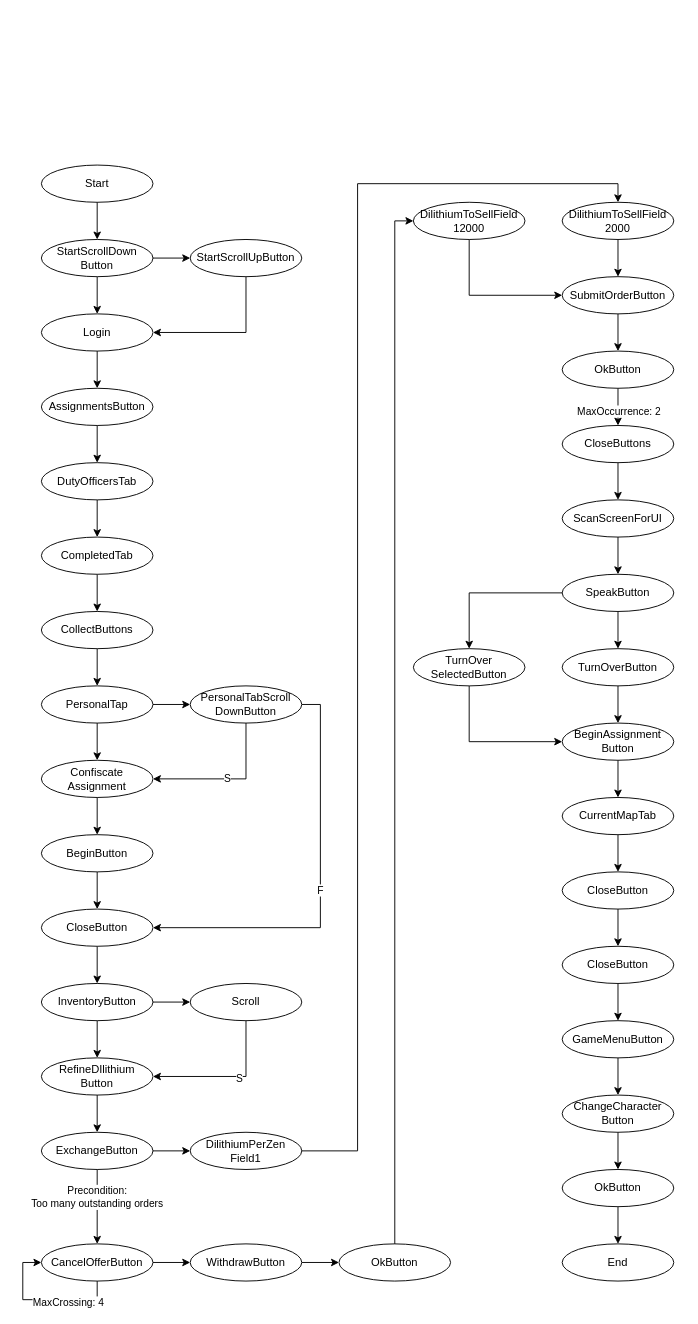
Earlier version of the draw.io diagram AutoFarmer.drawio (Tomaszon/AutoFarmer). Source tidied: cells renumbered, new cells numbered last; positions are measured from the earlier drawing's top-left corner, leaving out a move shared by most shapes. Both pictures are drawn from the tidied source at 93%, with x=0, y=0 at pixel (22, 165).
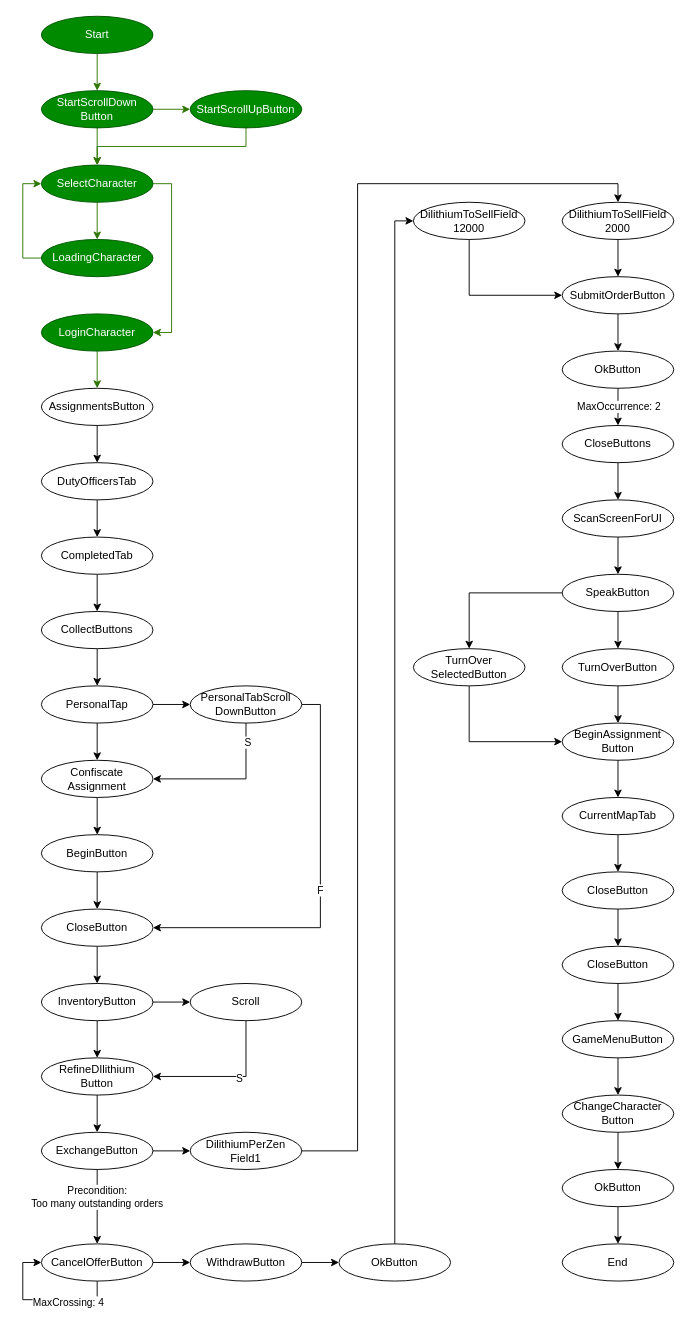
The same diagram, later.

Unchanged cells that the change refers to:
```xml
<mxCell id="6" value="AssignmentsButton" style="ellipse;whiteSpace=wrap;html=1;" parent="1" vertex="1">
  <mxGeometry x="20" y="240" width="120" height="40" as="geometry" />
</mxCell>
<mxCell id="16" value="Confiscate&lt;br&gt;Assignment" style="ellipse;whiteSpace=wrap;html=1;" parent="1" vertex="1">
  <mxGeometry x="20" y="640" width="120" height="40" as="geometry" />
</mxCell>
<mxCell id="45" style="edgeStyle=orthogonalEdgeStyle;rounded=0;jettySize=auto;html=1;" parent="1" edge="1" source="47" target="49">
  <mxGeometry relative="1" as="geometry" />
</mxCell>
<mxCell id="80" value="PersonalTabScroll&lt;br&gt;DownButton" style="ellipse;whiteSpace=wrap;html=1;" parent="1" vertex="1">
  <mxGeometry x="180" y="560" width="120" height="40" as="geometry" />
</mxCell>
```

Diff of the diagram source:
```diff
@@
-    <mxCell id="2" value="Start" style="ellipse;whiteSpace=wrap;html=1;" parent="1" vertex="1">
-      <mxGeometry x="20" width="120" height="40" as="geometry" />
+    <mxCell id="2" value="Start" style="ellipse;whiteSpace=wrap;html=1;fillColor=#008a00;strokeColor=#005700;fontColor=#ffffff;" parent="1" vertex="1">
+      <mxGeometry x="20" y="-160" width="120" height="40" as="geometry" />
     </mxCell>
-    <mxCell id="3" style="edgeStyle=orthogonalEdgeStyle;rounded=0;jettySize=auto;html=1;" parent="1" edge="1" source="4" target="6">
+    <mxCell id="3" style="edgeStyle=orthogonalEdgeStyle;rounded=0;jettySize=auto;html=1;fillColor=#60a917;strokeColor=#2D7600;" parent="1" edge="1" source="4" target="6">
       <mxGeometry relative="1" as="geometry" />
     </mxCell>
-    <mxCell id="4" value="Login" style="ellipse;whiteSpace=wrap;html=1;" parent="1" vertex="1">
+    <mxCell id="4" value="LoginCharacter" style="ellipse;whiteSpace=wrap;html=1;fillColor=#008a00;strokeColor=#005700;fontColor=#ffffff;" parent="1" vertex="1">
       <mxGeometry x="20" y="160" width="120" height="40" as="geometry" />
     </mxCell>
@@
     <mxCell id="46" value="MaxOccurrence: 2" style="edgeLabel;html=1;align=center;verticalAlign=middle;" parent="45" vertex="1">
-      <mxGeometry x="0.2" relative="1" as="geometry" />
+      <mxGeometry x="0.2" relative="1" as="geometry">
+        <mxPoint y="-4.2" as="offset" />
+      </mxGeometry>
     </mxCell>
@@
-    <mxCell id="72" style="edgeStyle=orthogonalEdgeStyle;rounded=0;jettySize=auto;html=1;exitX=0.5;exitY=1;exitDx=0;exitDy=0;entryX=0.5;entryY=0;entryDx=0;entryDy=0;" parent="1" edge="1" source="74" target="4">
-      <mxGeometry relative="1" as="geometry" />
-    </mxCell>
-    <mxCell id="73" style="edgeStyle=orthogonalEdgeStyle;rounded=0;jettySize=auto;html=1;" parent="1" edge="1" source="74" target="76">
+    <mxCell id="73" style="edgeStyle=orthogonalEdgeStyle;rounded=0;jettySize=auto;html=1;fillColor=#60a917;strokeColor=#2D7600;" parent="1" edge="1" source="74" target="76">
       <mxGeometry relative="1" as="geometry" />
     </mxCell>
+    <mxCell id="88" style="edgeStyle=orthogonalEdgeStyle;rounded=0;jettySize=auto;html=1;fillColor=#60a917;strokeColor=#2D7600;" parent="1" edge="1" source="74" target="91">
+      <mxGeometry relative="1" as="geometry">
+        <Array as="points">
+          <mxPoint x="80" y="20" />
+        </Array>
+      </mxGeometry>
+    </mxCell>
-    <mxCell id="74" value="StartScrollDown&lt;br&gt;Button" style="ellipse;whiteSpace=wrap;html=1;" parent="1" vertex="1">
-      <mxGeometry x="20" y="80" width="120" height="40" as="geometry" />
+    <mxCell id="74" value="StartScrollDown&lt;br&gt;Button" style="ellipse;whiteSpace=wrap;html=1;fillColor=#008a00;strokeColor=#005700;fontColor=#ffffff;" parent="1" vertex="1">
+      <mxGeometry x="20" y="-80" width="120" height="40" as="geometry" />
     </mxCell>
-    <mxCell id="75" style="edgeStyle=orthogonalEdgeStyle;rounded=0;jettySize=auto;html=1;exitX=0.5;exitY=1;exitDx=0;exitDy=0;entryX=1;entryY=0.5;entryDx=0;entryDy=0;" parent="1" edge="1" source="76" target="4">
-      <mxGeometry relative="1" as="geometry" />
-    </mxCell>
+    <mxCell id="89" style="edgeStyle=orthogonalEdgeStyle;rounded=0;jettySize=auto;html=1;exitX=0.5;exitY=1;exitDx=0;exitDy=0;entryX=0.5;entryY=0;entryDx=0;entryDy=0;fillColor=#60a917;strokeColor=#2D7600;" parent="1" edge="1" source="91" target="93">
+      <mxGeometry relative="1" as="geometry" />
+    </mxCell>
+    <mxCell id="90" style="edgeStyle=orthogonalEdgeStyle;rounded=0;jettySize=auto;html=1;exitX=1;exitY=0.5;exitDx=0;exitDy=0;entryX=1;entryY=0.5;entryDx=0;entryDy=0;fillColor=#60a917;strokeColor=#2D7600;" parent="1" edge="1" source="91" target="4">
+      <mxGeometry relative="1" as="geometry" />
+    </mxCell>
+    <mxCell id="91" value="SelectCharacter" style="ellipse;whiteSpace=wrap;html=1;fillColor=#008a00;strokeColor=#005700;fontColor=#ffffff;" parent="1" vertex="1">
+      <mxGeometry x="20" width="120" height="40" as="geometry" />
+    </mxCell>
+    <mxCell id="92" style="edgeStyle=orthogonalEdgeStyle;rounded=0;jettySize=auto;html=1;exitX=0;exitY=0.5;exitDx=0;exitDy=0;entryX=0;entryY=0.5;entryDx=0;entryDy=0;fillColor=#60a917;strokeColor=#2D7600;" parent="1" edge="1" source="93" target="91">
+      <mxGeometry relative="1" as="geometry">
+        <Array as="points">
+          <mxPoint y="100" />
+          <mxPoint y="20" />
+        </Array>
+      </mxGeometry>
+    </mxCell>
+    <mxCell id="93" value="LoadingCharacter" style="ellipse;whiteSpace=wrap;html=1;fillColor=#008a00;strokeColor=#005700;fontColor=#ffffff;" parent="1" vertex="1">
+      <mxGeometry x="20" y="80" width="120" height="40" as="geometry" />
+    </mxCell>
+    <mxCell id="94" style="edgeStyle=orthogonalEdgeStyle;rounded=0;jettySize=auto;html=1;exitX=0.5;exitY=1;exitDx=0;exitDy=0;fillColor=#60a917;strokeColor=#2D7600;" parent="1" edge="1" source="76" target="91">
+      <mxGeometry relative="1" as="geometry" />
+    </mxCell>
-    <mxCell id="76" value="StartScrollUpButton" style="ellipse;whiteSpace=wrap;html=1;" parent="1" vertex="1">
-      <mxGeometry x="180" y="80" width="120" height="40" as="geometry" />
+    <mxCell id="76" value="StartScrollUpButton" style="ellipse;whiteSpace=wrap;html=1;fillColor=#008a00;strokeColor=#005700;fontColor=#ffffff;" parent="1" vertex="1">
+      <mxGeometry x="180" y="-80" width="120" height="40" as="geometry" />
     </mxCell>
-    <mxCell id="77" style="endArrow=classic;html=1;entryX=0.5;entryY=0;entryDx=0;entryDy=0;exitX=0.5;exitY=1;exitDx=0;exitDy=0;" parent="1" edge="1" source="2" target="74">
+    <mxCell id="77" style="endArrow=classic;html=1;entryX=0.5;entryY=0;entryDx=0;entryDy=0;exitX=0.5;exitY=1;exitDx=0;exitDy=0;fillColor=#60a917;strokeColor=#2D7600;" parent="1" edge="1" source="2" target="74">
       <mxGeometry relative="1" as="geometry" />
     </mxCell>
@@
+    <mxCell id="95" style="edgeStyle=orthogonalEdgeStyle;rounded=0;jettySize=auto;html=1;entryX=1;entryY=0.5;entryDx=0;entryDy=0;" parent="1" edge="1" source="80" target="16">
+      <mxGeometry relative="1" as="geometry">
+        <Array as="points">
+          <mxPoint x="240" y="660" />
+        </Array>
+      </mxGeometry>
+    </mxCell>
-    <mxCell id="79" value="S" style="edgeStyle=orthogonalEdgeStyle;rounded=0;jettySize=auto;html=1;exitX=0.5;exitY=1;exitDx=0;exitDy=0;entryX=1;entryY=0.5;entryDx=0;entryDy=0;" parent="1" edge="1" source="80" target="16">
-      <mxGeometry relative="1" as="geometry" />
+    <mxCell id="79" value="S" style="edgeLabel;html=1;align=center;verticalAlign=middle;" parent="95" vertex="1">
+      <mxGeometry x="-0.75" y="1" relative="1" as="geometry" />
     </mxCell>
```
